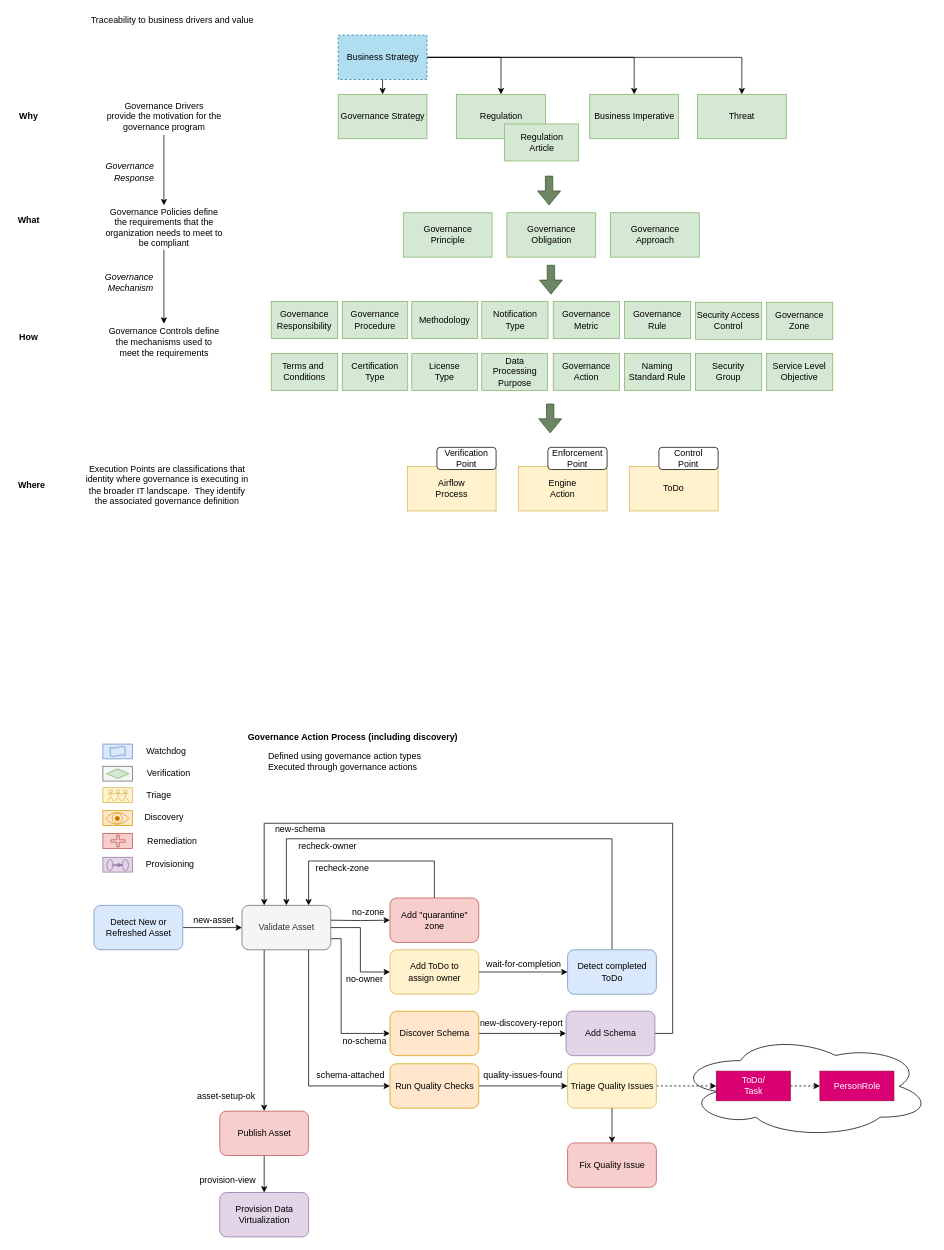
odpi/egeria-docs keeps this draw.io diagram as page "governance-definitions" (3 of 7) of site/docs/guides/planning/governance-program/governance-program-planning.drawio. Above is the earlier version. Source tidied: cells renumbered, new cells numbered last; positions are measured from the earlier drawing's top-left corner, leaving out a move shared by most shapes. Both pictures are drawn from the tidied source at 74%, with x=0, y=0 at pixel (12, 13).
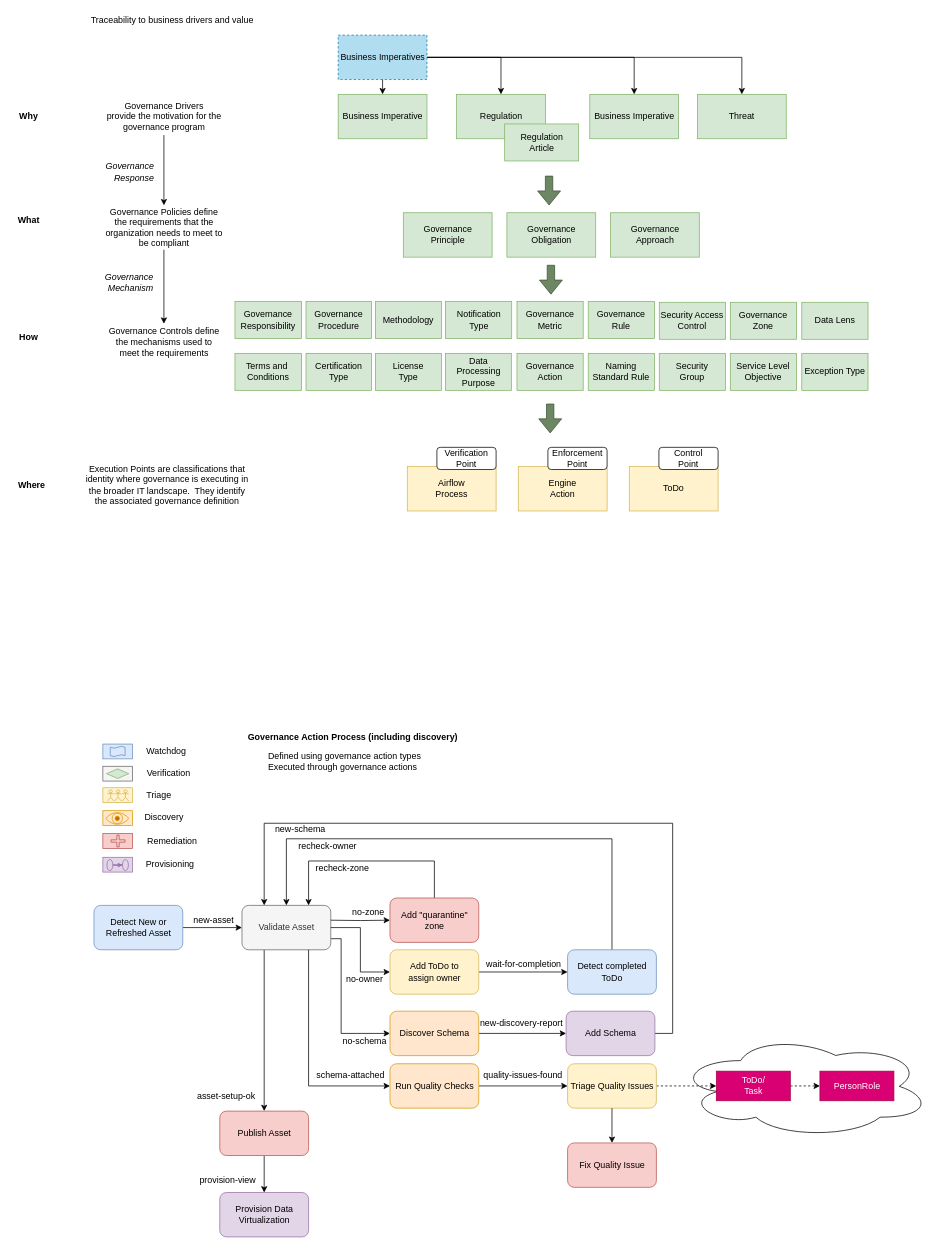
The same page after the edit.

Diff of the diagram source:
```diff
@@
-    <mxCell id="3" value="Governance Strategy" style="rounded=0;whiteSpace=wrap;html=1;fillColor=#d5e8d4;strokeColor=#82b366;" parent="1" vertex="1">
+    <mxCell id="3" value="Business Imperative" style="rounded=0;whiteSpace=wrap;html=1;fillColor=#d5e8d4;strokeColor=#82b366;" parent="1" vertex="1">
       <mxGeometry x="440.5" y="110" width="120" height="60" as="geometry" />
     </mxCell>
@@
-    <mxCell id="11" value="Business Strategy" style="rounded=0;whiteSpace=wrap;html=1;dashed=1;fillColor=#b1ddf0;strokeColor=#10739e;" parent="1" vertex="1">
+    <mxCell id="11" value="Business Imperatives" style="rounded=0;whiteSpace=wrap;html=1;dashed=1;fillColor=#b1ddf0;strokeColor=#10739e;" parent="1" vertex="1">
       <mxGeometry x="440.5" y="30" width="120" height="60" as="geometry" />
     </mxCell>
@@
     <mxCell id="20" value="Governance&lt;br&gt;Responsibility" style="rounded=0;whiteSpace=wrap;html=1;fillColor=#d5e8d4;strokeColor=#82b366;" parent="1" vertex="1">
-      <mxGeometry x="350" y="390" width="90" height="50" as="geometry" />
+      <mxGeometry x="301" y="390" width="90" height="50" as="geometry" />
     </mxCell>
     <mxCell id="21" value="Governance&lt;br&gt;Procedure" style="rounded=0;whiteSpace=wrap;html=1;fillColor=#d5e8d4;strokeColor=#82b366;" parent="1" vertex="1">
-      <mxGeometry x="446" y="390" width="88.5" height="50" as="geometry" />
+      <mxGeometry x="397" y="390" width="88.5" height="50" as="geometry" />
     </mxCell>
     <mxCell id="22" value="Governance&lt;br&gt;Rule" style="rounded=0;whiteSpace=wrap;html=1;fillColor=#d5e8d4;strokeColor=#82b366;" parent="1" vertex="1">
-      <mxGeometry x="827.4" y="390" width="89.5" height="50" as="geometry" />
+      <mxGeometry x="778.4" y="390" width="89.5" height="50" as="geometry" />
     </mxCell>
     <mxCell id="23" value="Governance&lt;br&gt;Action" style="rounded=0;whiteSpace=wrap;html=1;fillColor=#d5e8d4;strokeColor=#82b366;" parent="1" vertex="1">
-      <mxGeometry x="731.1" y="460" width="89.5" height="50" as="geometry" />
+      <mxGeometry x="682.1" y="460" width="89.5" height="50" as="geometry" />
     </mxCell>
@@
     <mxCell id="109" value="Methodology" style="rounded=0;whiteSpace=wrap;html=1;fillColor=#d5e8d4;strokeColor=#82b366;" parent="1" vertex="1">
-      <mxGeometry x="540" y="390" width="89" height="50" as="geometry" />
+      <mxGeometry x="491" y="390" width="89" height="50" as="geometry" />
     </mxCell>
     <mxCell id="110" value="Certification&lt;div&gt;&lt;div&gt;Type&lt;/div&gt;&lt;/div&gt;" style="rounded=0;whiteSpace=wrap;html=1;fillColor=#d5e8d4;strokeColor=#82b366;" parent="1" vertex="1">
-      <mxGeometry x="446" y="460" width="88.5" height="50" as="geometry" />
+      <mxGeometry x="397" y="460" width="88.5" height="50" as="geometry" />
     </mxCell>
     <mxCell id="111" value="License&lt;div&gt;Type&lt;/div&gt;" style="rounded=0;whiteSpace=wrap;html=1;fillColor=#d5e8d4;strokeColor=#82b366;" parent="1" vertex="1">
-      <mxGeometry x="540" y="460" width="89" height="50" as="geometry" />
+      <mxGeometry x="491" y="460" width="89" height="50" as="geometry" />
     </mxCell>
     <mxCell id="112" value="Terms and&amp;nbsp;&lt;div&gt;Conditions&lt;/div&gt;" style="rounded=0;whiteSpace=wrap;html=1;fillColor=#d5e8d4;strokeColor=#82b366;" parent="1" vertex="1">
-      <mxGeometry x="350" y="460" width="90" height="50" as="geometry" />
+      <mxGeometry x="301" y="460" width="90" height="50" as="geometry" />
     </mxCell>
     <mxCell id="113" value="Notification&lt;div&gt;Type&lt;/div&gt;" style="rounded=0;whiteSpace=wrap;html=1;fillColor=#d5e8d4;strokeColor=#82b366;" parent="1" vertex="1">
-      <mxGeometry x="634.5" y="390" width="89.5" height="50" as="geometry" />
+      <mxGeometry x="585.5" y="390" width="89.5" height="50" as="geometry" />
     </mxCell>
     <mxCell id="114" value="Data Processing Purpose" style="rounded=0;whiteSpace=wrap;html=1;fillColor=#d5e8d4;strokeColor=#82b366;" parent="1" vertex="1">
-      <mxGeometry x="634.5" y="460" width="89" height="50" as="geometry" />
+      <mxGeometry x="585.5" y="460" width="89" height="50" as="geometry" />
     </mxCell>
     <mxCell id="115" value="Governance&lt;div&gt;Metric&lt;/div&gt;" style="rounded=0;whiteSpace=wrap;html=1;fillColor=#d5e8d4;strokeColor=#82b366;" parent="1" vertex="1">
-      <mxGeometry x="731.1" y="390" width="89.5" height="50" as="geometry" />
+      <mxGeometry x="682.1" y="390" width="89.5" height="50" as="geometry" />
     </mxCell>
     <mxCell id="116" value="Naming Standard Rule" style="rounded=0;whiteSpace=wrap;html=1;fillColor=#d5e8d4;strokeColor=#82b366;" parent="1" vertex="1">
-      <mxGeometry x="827.4" y="460" width="89.5" height="50" as="geometry" />
+      <mxGeometry x="778.4" y="460" width="89.5" height="50" as="geometry" />
     </mxCell>
     <mxCell id="117" value="Governance Zone" style="rounded=0;whiteSpace=wrap;html=1;fillColor=#d5e8d4;strokeColor=#82b366;" parent="1" vertex="1">
-      <mxGeometry x="1019.4" y="391" width="89.5" height="50" as="geometry" />
+      <mxGeometry x="970.4" y="391" width="89.5" height="50" as="geometry" />
     </mxCell>
     <mxCell id="118" value="Security&lt;div&gt;Group&lt;/div&gt;" style="rounded=0;whiteSpace=wrap;html=1;fillColor=#d5e8d4;strokeColor=#82b366;" parent="1" vertex="1">
-      <mxGeometry x="923.4" y="460" width="89.5" height="50" as="geometry" />
+      <mxGeometry x="874.4" y="460" width="89.5" height="50" as="geometry" />
     </mxCell>
     <mxCell id="119" value="Security Access Control" style="rounded=0;whiteSpace=wrap;html=1;fillColor=#d5e8d4;strokeColor=#82b366;" parent="1" vertex="1">
-      <mxGeometry x="923.4" y="391" width="89.5" height="50" as="geometry" />
+      <mxGeometry x="874.4" y="391" width="89.5" height="50" as="geometry" />
     </mxCell>
     <mxCell id="120" value="Service Level&lt;div&gt;Objective&lt;/div&gt;" style="rounded=0;whiteSpace=wrap;html=1;fillColor=#d5e8d4;strokeColor=#82b366;" parent="1" vertex="1">
-      <mxGeometry x="1019.4" y="460" width="89.5" height="50" as="geometry" />
+      <mxGeometry x="970.4" y="460" width="89.5" height="50" as="geometry" />
     </mxCell>
@@
+    <mxCell id="124" value="Data Lens" style="rounded=0;whiteSpace=wrap;html=1;fillColor=#d5e8d4;strokeColor=#82b366;" parent="1" vertex="1">
+      <mxGeometry x="1067" y="391" width="89.5" height="50" as="geometry" />
+    </mxCell>
+    <mxCell id="125" value="Exception Type" style="rounded=0;whiteSpace=wrap;html=1;fillColor=#d5e8d4;strokeColor=#82b366;" parent="1" vertex="1">
+      <mxGeometry x="1067" y="460" width="89.5" height="50" as="geometry" />
+    </mxCell>
```
